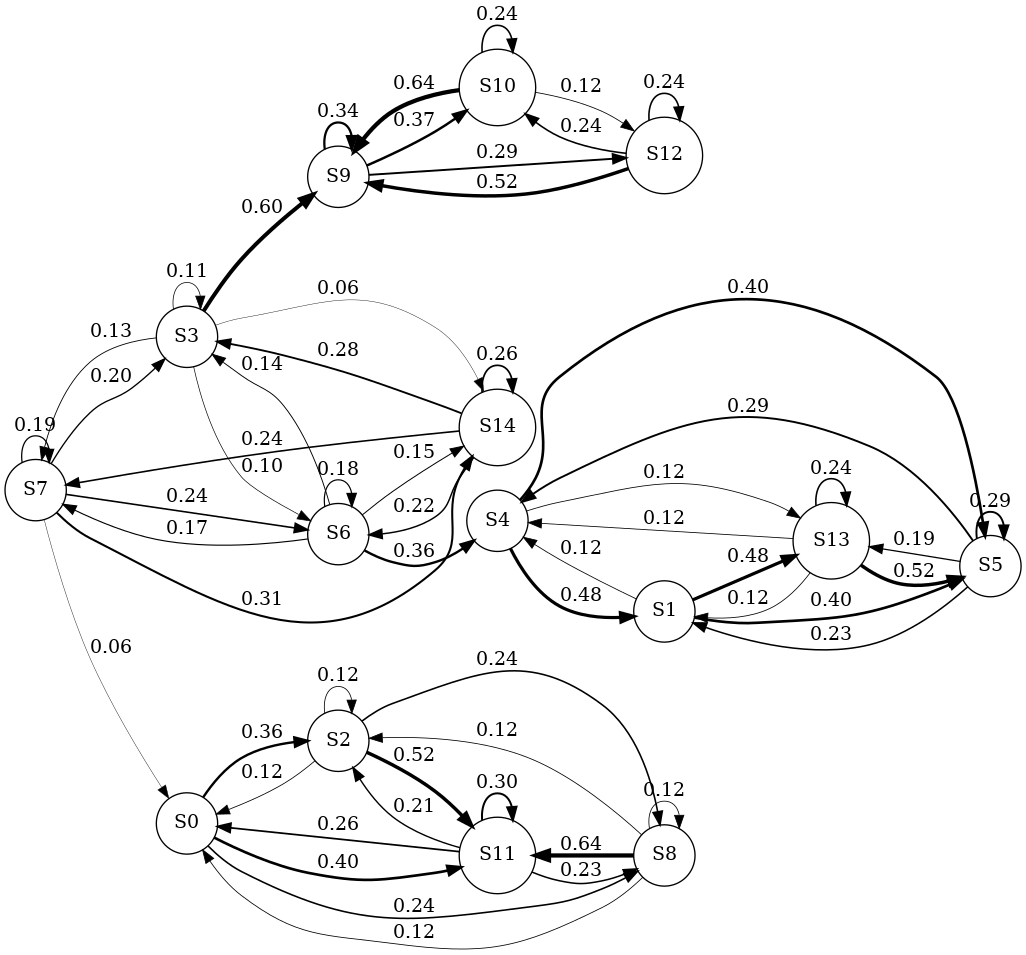
Earlier version of the Graphviz export chain.png (MrAlexandrov/homework_second). Its source is kept beside it as chain.dot.
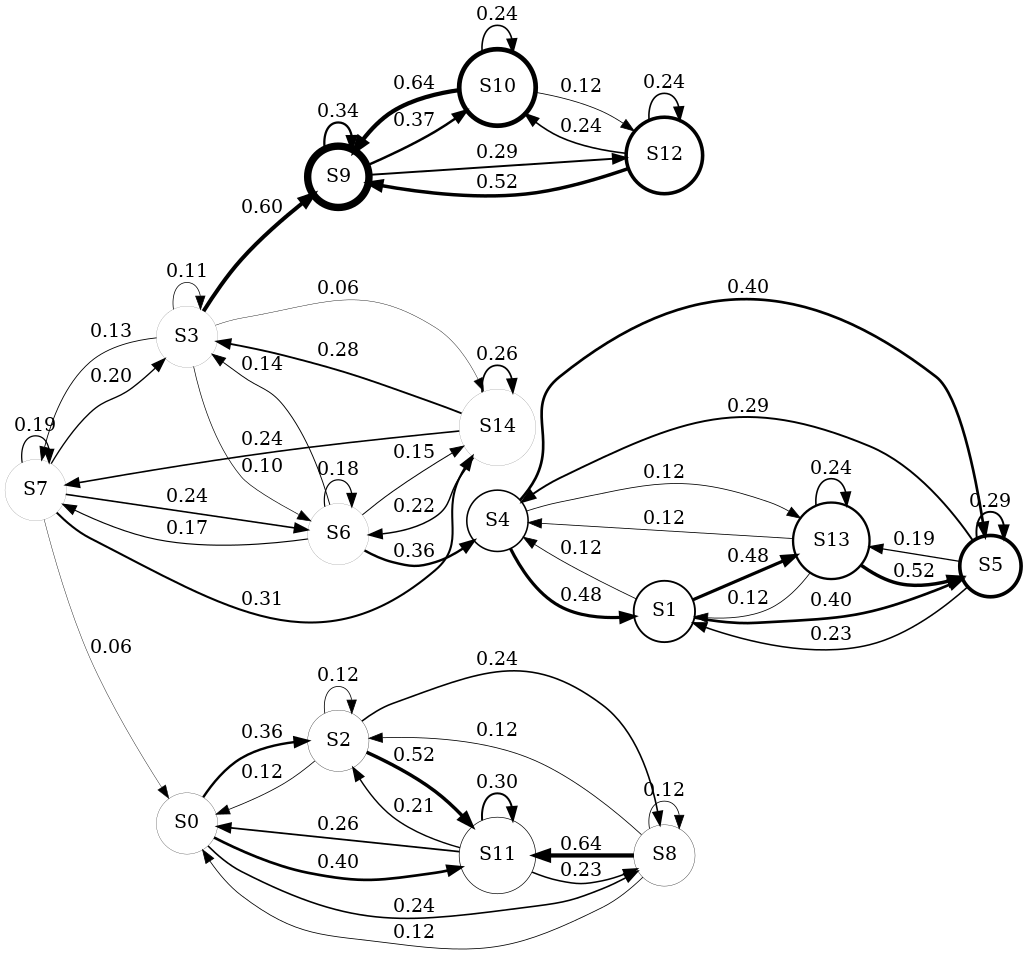
Later version of the same file.

What changed in the source:
```diff
@@ -1,6 +1,21 @@
 digraph MarkovChain {
     rankdir=LR;
     node [shape=circle];
+    S0[label="S0", penwidth=0.189446];
+    S1[label="S1", penwidth=1.4012];
+    S2[label="S2", penwidth=0.232288];
+    S3[label="S3", penwidth=0.1];
+    S4[label="S4", penwidth=1.17117];
+    S5[label="S5", penwidth=2.73326];
+    S6[label="S6", penwidth=0.1];
+    S7[label="S7", penwidth=0.1];
+    S8[label="S8", penwidth=0.247573];
+    S9[label="S9", penwidth=5.54489];
+    S10[label="S10", penwidth=3.54437];
+    S11[label="S11", penwidth=0.507164];
+    S12[label="S12", penwidth=2.67545];
+    S13[label="S13", penwidth=1.7532];
+    S14[label="S14", penwidth=0.1];
     S0 -> S2 [label="0.36", penwidth=1.80];
     S0 -> S8 [label="0.24", penwidth=1.20];
     S0 -> S11 [label="0.40", penwidth=2.00];
```
